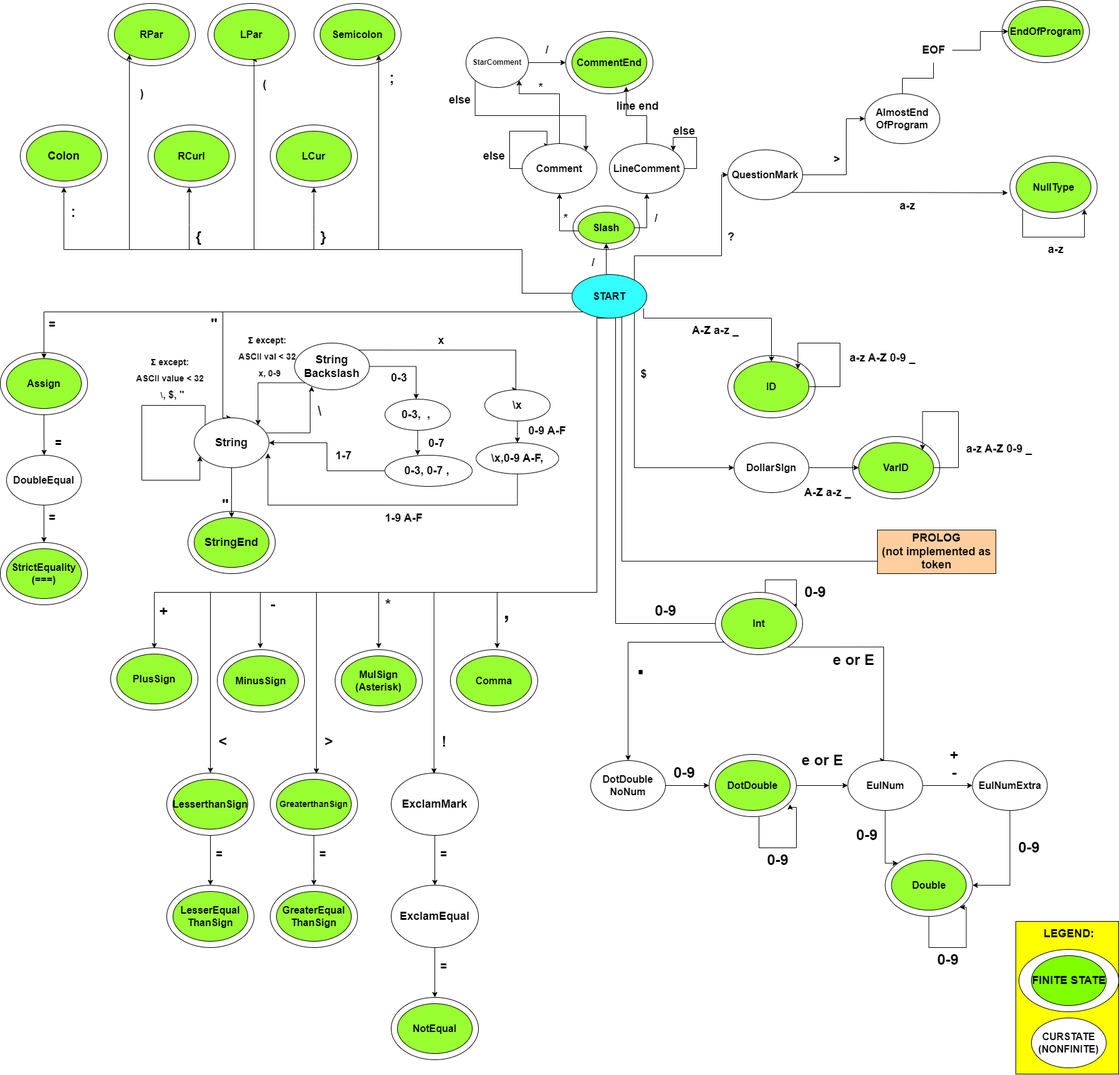
Earlier version of the draw.io export doc/IFJ-definitiveStateMachine_8.png (tobolikd/IFJproject). Source tidied: cells renumbered, new cells last; positions are measured from the earlier drawing's top-left corner, leaving out a move shared by most shapes.
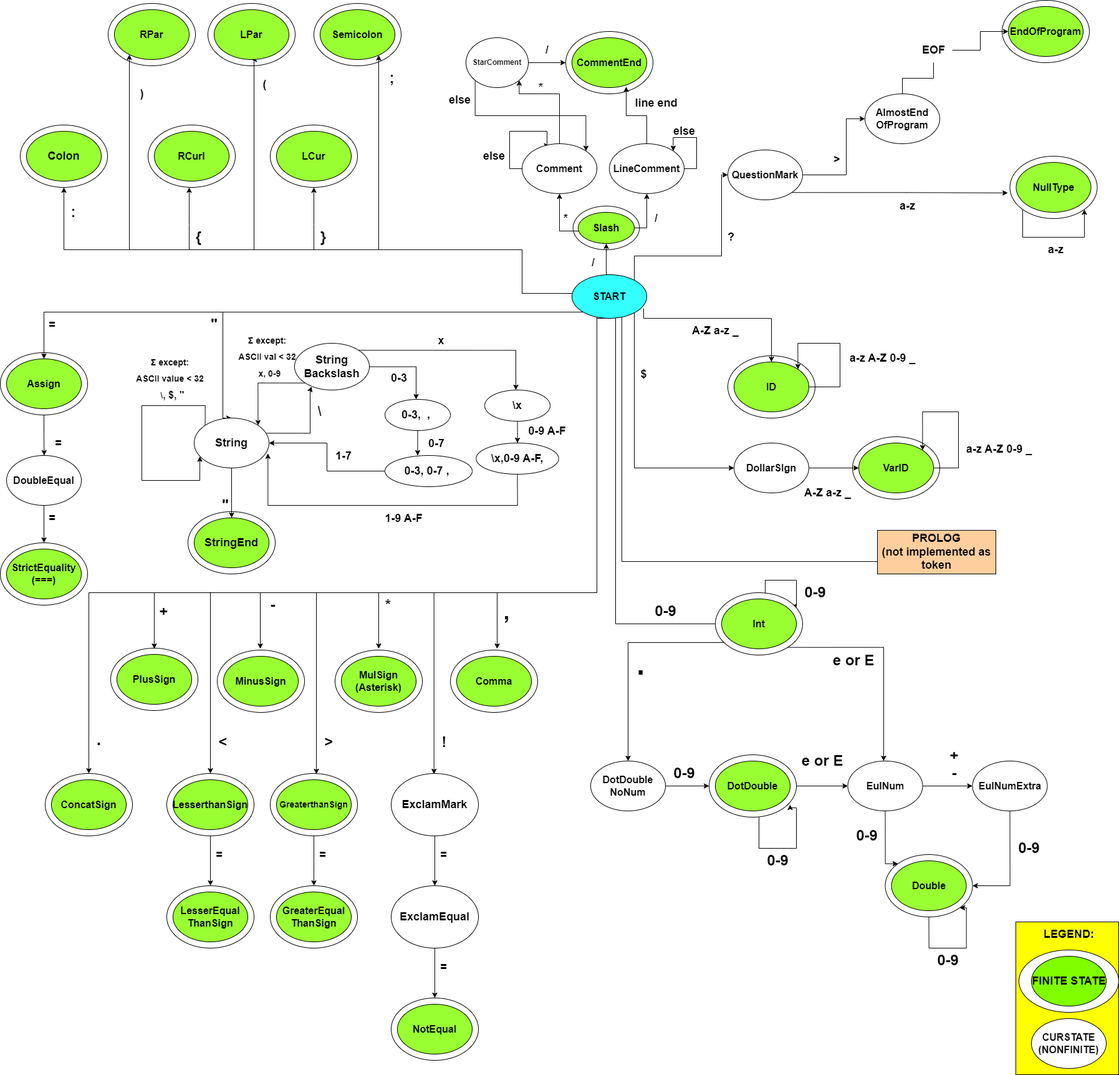
After the change.

Change to the diagram source:
```diff
@@ -199,7 +199,7 @@
       <mxGeometry x="917" y="60" width="120" height="80" as="geometry" />
     </mxCell>
     <mxCell id="37" value="&lt;span&gt;line end&lt;/span&gt;" style="text;html=1;align=center;verticalAlign=middle;strokeColor=none;fillColor=none;fontSize=18;fontStyle=1;" parent="1" vertex="1">
-      <mxGeometry x="977" y="150" width="90" height="40" as="geometry" />
+      <mxGeometry x="1007" y="145" width="90" height="40" as="geometry" />
     </mxCell>
     <mxCell id="38" style="edgeStyle=orthogonalEdgeStyle;rounded=0;jettySize=auto;html=1;fontSize=18;fontStyle=1;" parent="1" edge="1" source="40" target="43">
       <mxGeometry relative="1" as="geometry">
@@ -855,5 +855,22 @@
     <mxCell id="205" value="&lt;span style=&quot;font-size: 18px;&quot;&gt;0-9 A-F&lt;/span&gt;" style="text;html=1;align=center;verticalAlign=middle;strokeColor=none;fillColor=none;fontSize=22;fontStyle=1;" parent="1" vertex="1">
       <mxGeometry x="837" y="670" width="80" height="40" as="geometry" />
     </mxCell>
+    <mxCell id="206" style="ellipse;whiteSpace=wrap;html=1;fontSize=18;fontStyle=1;" parent="1" vertex="1">
+      <mxGeometry x="72" y="1240" width="140" height="100" as="geometry" />
+    </mxCell>
+    <mxCell id="207" value="&lt;font size=&quot;3&quot;&gt;ConcatSign&lt;/font&gt;" style="ellipse;whiteSpace=wrap;html=1;fillColor=#99FF33;fontStyle=1;" parent="1" vertex="1">
+      <mxGeometry x="82" y="1250" width="120" height="80" as="geometry" />
+    </mxCell>
+    <mxCell id="208" value="&lt;font style=&quot;font-size: 28px;&quot;&gt;.&lt;/font&gt;" style="text;html=1;align=center;verticalAlign=middle;strokeColor=none;fillColor=none;fontSize=18;fontStyle=1;" parent="1" vertex="1">
+      <mxGeometry x="143" y="1160" width="30" height="50" as="geometry" />
+    </mxCell>
+    <mxCell id="209" style="endArrow=classic;html=1;rounded=0;fontFamily=Helvetica;fontSize=14;fontColor=#000000;entryX=0.5;entryY=0;entryDx=0;entryDy=0;" parent="1" edge="1" target="206">
+      <mxGeometry relative="1" as="geometry">
+        <mxPoint x="247" y="950" as="sourcePoint" />
+        <Array as="points">
+          <mxPoint x="142" y="950" />
+        </Array>
+      </mxGeometry>
+    </mxCell>
   </root>
 </mxGraphModel>
```
